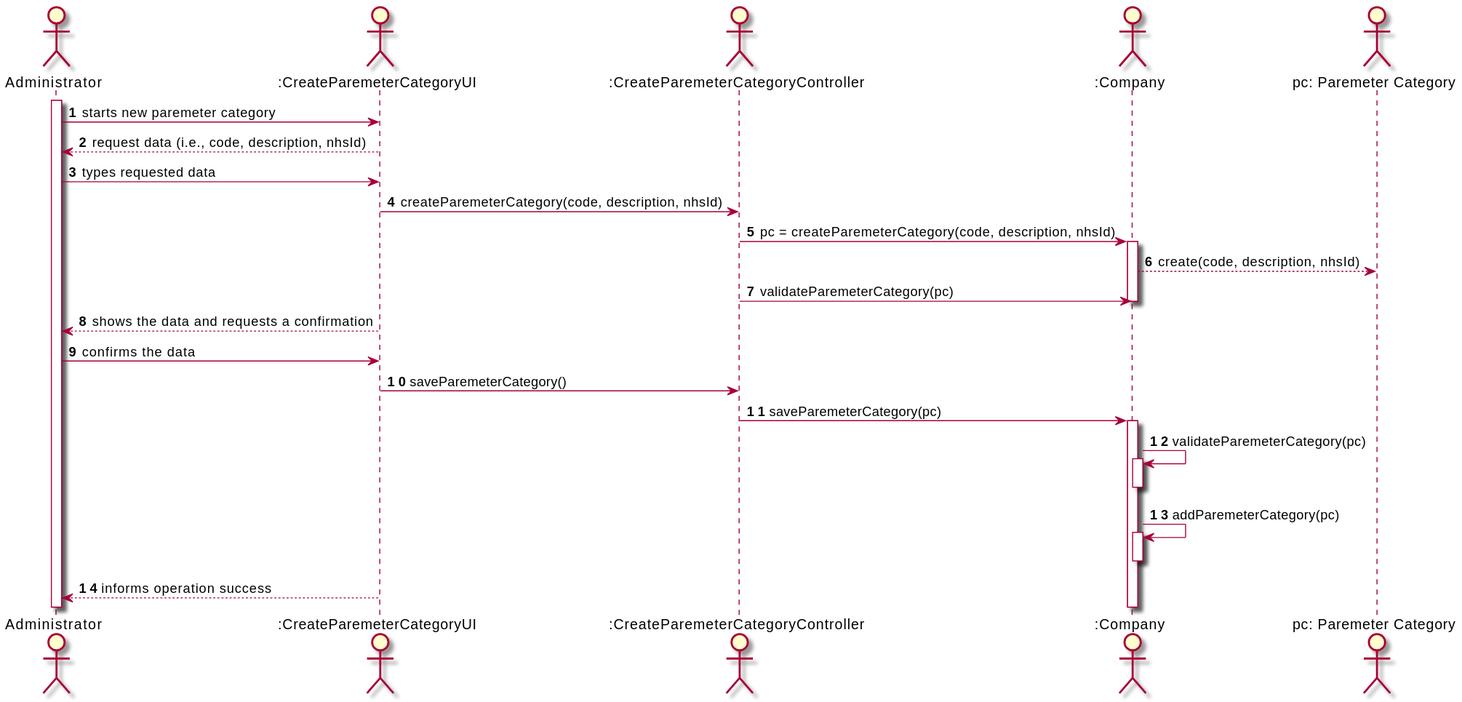
The PlantUML diagram docs/SprintB/US11-SD.svg in 0franciscor/lei-21-s2-1de-g19, before a commit.
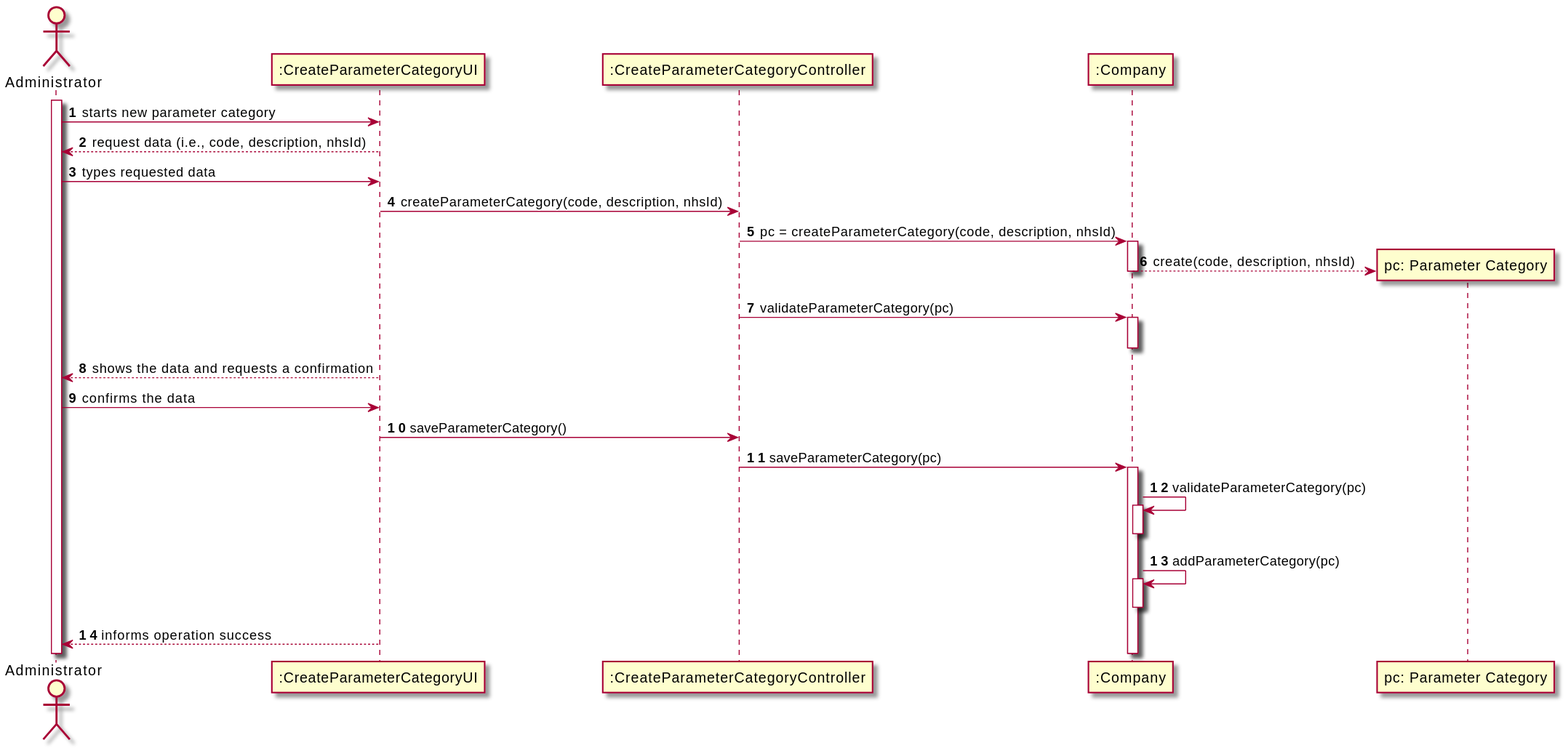
Later version of the same file.

Change to the diagram source:
```diff
@@ -3,31 +3,31 @@
 autonumber
 actor "Administrator" as A
 activate A
-actor ":CreateParemeterCategoryUI" as CPCUI
-actor ":CreateParemeterCategoryController" as CPCC
-actor ":Company" as COMP
-actor "pc: Paremeter Category" as PC
 
-A -> CPCUI : starts new paremeter category
-CPCUI --> A: request data (i.e., code, description, nhsId)
-A -> CPCUI : types requested data
-CPCUI -> CPCC: createParemeterCategory(code, description, nhsId)
-CPCC -> COMP : pc = createParemeterCategory(code, description, nhsId)
-activate COMP
-COMP --> PC: create(code, description, nhsId)
-CPCC -> COMP : validateParemeterCategory(pc)
-deactivate COMP
-CPCUI --> A: shows the data and requests a confirmation
-A -> CPCUI: confirms the data
-CPCUI -> CPCC: saveParemeterCategory()
-CPCC -> COMP ++: saveParemeterCategory(pc)
 
-COMP -> COMP: validateParemeterCategory(pc)
-activate COMP
-deactivate COMP
-COMP -> COMP: addParemeterCategory(pc)
-activate COMP
-deactivate COMP
-CPCUI --> A: informs operation success
+A -> ":CreateParameterCategoryUI" : starts new parameter category
+":CreateParameterCategoryUI" --> A: request data (i.e., code, description, nhsId)
+A -> ":CreateParameterCategoryUI" : types requested data
+":CreateParameterCategoryUI" -> ":CreateParameterCategoryController": createParameterCategory(code, description, nhsId)
+":CreateParameterCategoryController" -> ":Company" : pc = createParameterCategory(code, description, nhsId)
+activate ":Company"
+create "pc: Parameter Category"
+":Company" --> "pc: Parameter Category": create(code, description, nhsId)
+deactivate ":Company"
+":CreateParameterCategoryController" -> ":Company" : validateParameterCategory(pc)
+activate ":Company"
+deactivate ":Company"
+":CreateParameterCategoryUI" --> A: shows the data and requests a confirmation
+A -> ":CreateParameterCategoryUI": confirms the data
+":CreateParameterCategoryUI" -> ":CreateParameterCategoryController": saveParameterCategory()
+":CreateParameterCategoryController" -> ":Company" ++: saveParameterCategory(pc)
+
+":Company" -> ":Company": validateParameterCategory(pc)
+activate ":Company"
+deactivate ":Company"
+":Company" -> ":Company": addParameterCategory(pc)
+activate ":Company"
+deactivate ":Company"
+":CreateParameterCategoryUI" --> A: informs operation success
 
 @enduml
```
